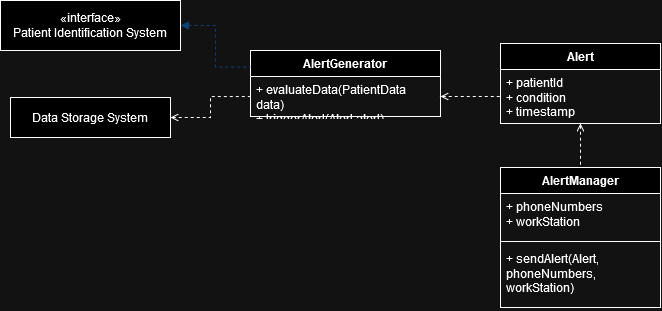
The draw.io diagram uml_models/AlertUML.png in Siin0/signal_project-paps, before a commit. Source tidied: cells renumbered, new cells last; positions are measured from the earlier drawing's top-left corner, leaving out a move shared by most shapes. Its diagram source:
```xml
<mxGraphModel>
  <root>
    <mxCell id="0" />
    <mxCell id="1" parent="0" />
    <mxCell id="2" value="&lt;div&gt;AlertGenerator&lt;/div&gt;" style="swimlane;fontStyle=1;align=center;verticalAlign=top;horizontal=1;startSize=26;whiteSpace=wrap;html=1;" parent="1" vertex="1">
      <mxGeometry x="250" y="50" width="190" height="66" as="geometry" />
    </mxCell>
    <mxCell id="3" value="&lt;div&gt;+ evaluateData(PatientData data)&lt;br&gt;&lt;/div&gt;&lt;div&gt;+ triggerAlert(Alert alert)&lt;br&gt;&lt;/div&gt;" style="text;strokeColor=none;fillColor=none;align=left;verticalAlign=top;spacingLeft=4;spacingRight=4;overflow=hidden;points=[[0,0.5],[1,0.5]];portConstraint=eastwest;whiteSpace=wrap;html=1;" parent="2" vertex="1">
      <mxGeometry y="26" width="190" height="40" as="geometry" />
    </mxCell>
    <mxCell id="4" style="edgeStyle=orthogonalEdgeStyle;rounded=0;jettySize=auto;html=1;entryX=0;entryY=0.25;entryDx=0;entryDy=0;dashed=1;endArrow=none;endFill=0;exitX=1;exitY=0.5;exitDx=0;exitDy=0;startArrow=block;startFill=1;strokeColor=#99CCFF;" parent="1" edge="1" source="9" target="2">
      <mxGeometry relative="1" as="geometry" />
    </mxCell>
    <mxCell id="5" style="edgeStyle=orthogonalEdgeStyle;rounded=0;jettySize=auto;html=1;exitX=0.5;exitY=1;exitDx=0;exitDy=0;dashed=1;endArrow=none;endFill=0;startArrow=open;startFill=0;" parent="1" edge="1" source="6" target="12">
      <mxGeometry relative="1" as="geometry" />
    </mxCell>
    <mxCell id="6" value="Alert" style="swimlane;fontStyle=1;align=center;verticalAlign=top;horizontal=1;startSize=26;whiteSpace=wrap;html=1;" parent="1" vertex="1">
      <mxGeometry x="500" y="43" width="160" height="80" as="geometry" />
    </mxCell>
    <mxCell id="7" value="&lt;div&gt;+ patientId&lt;/div&gt;&lt;div&gt;+ condition&lt;/div&gt;&lt;div&gt;+ timestamp&lt;br&gt;&lt;/div&gt;" style="text;strokeColor=none;fillColor=none;align=left;verticalAlign=top;spacingLeft=4;spacingRight=4;overflow=hidden;points=[[0,0.5],[1,0.5]];portConstraint=eastwest;whiteSpace=wrap;html=1;" parent="6" vertex="1">
      <mxGeometry y="26" width="160" height="54" as="geometry" />
    </mxCell>
    <mxCell id="8" style="edgeStyle=orthogonalEdgeStyle;rounded=0;jettySize=auto;html=1;exitX=1;exitY=0.5;exitDx=0;exitDy=0;entryX=0;entryY=0.5;entryDx=0;entryDy=0;dashed=1;endArrow=none;endFill=0;startArrow=open;startFill=0;" parent="1" edge="1" source="3" target="7">
      <mxGeometry relative="1" as="geometry" />
    </mxCell>
    <mxCell id="9" value="&lt;div&gt;«interface»&lt;/div&gt;Patient Identification System" style="html=1;whiteSpace=wrap;" parent="1" vertex="1">
      <mxGeometry width="180" height="50" as="geometry" />
    </mxCell>
    <mxCell id="10" style="edgeStyle=orthogonalEdgeStyle;rounded=0;jettySize=auto;html=1;exitX=1;exitY=0.5;exitDx=0;exitDy=0;entryX=0;entryY=0.5;entryDx=0;entryDy=0;endArrow=none;endFill=0;dashed=1;startArrow=open;startFill=0;" parent="1" edge="1" source="11" target="3">
      <mxGeometry relative="1" as="geometry" />
    </mxCell>
    <mxCell id="11" value="Data Storage System" style="html=1;whiteSpace=wrap;" parent="1" vertex="1">
      <mxGeometry x="10" y="97" width="160" height="40" as="geometry" />
    </mxCell>
    <mxCell id="12" value="AlertManager" style="swimlane;fontStyle=1;align=center;verticalAlign=top;horizontal=1;startSize=26;whiteSpace=wrap;html=1;" parent="1" vertex="1">
      <mxGeometry x="500" y="167" width="160" height="140" as="geometry" />
    </mxCell>
    <mxCell id="13" value="&lt;div&gt;+ phoneNumbers&lt;/div&gt;&lt;div&gt;+ workStation&lt;br&gt;&lt;/div&gt;" style="text;strokeColor=none;fillColor=none;align=left;verticalAlign=top;spacingLeft=4;spacingRight=4;overflow=hidden;points=[[0,0.5],[1,0.5]];portConstraint=eastwest;whiteSpace=wrap;html=1;" parent="12" vertex="1">
      <mxGeometry y="26" width="160" height="44" as="geometry" />
    </mxCell>
    <mxCell id="14" style="line;strokeWidth=1;fillColor=none;align=left;verticalAlign=middle;spacingTop=-1;spacingLeft=3;spacingRight=3;labelPosition=right;strokeColor=inherit;" parent="12" vertex="1">
      <mxGeometry y="70" width="160" height="8" as="geometry" />
    </mxCell>
    <mxCell id="15" value="+ sendAlert(Alert, phoneNumbers, workStation)" style="text;strokeColor=none;fillColor=none;align=left;verticalAlign=top;spacingLeft=4;spacingRight=4;overflow=hidden;whiteSpace=wrap;html=1;" parent="12" vertex="1">
      <mxGeometry y="78" width="160" height="62" as="geometry" />
    </mxCell>
  </root>
</mxGraphModel>
```
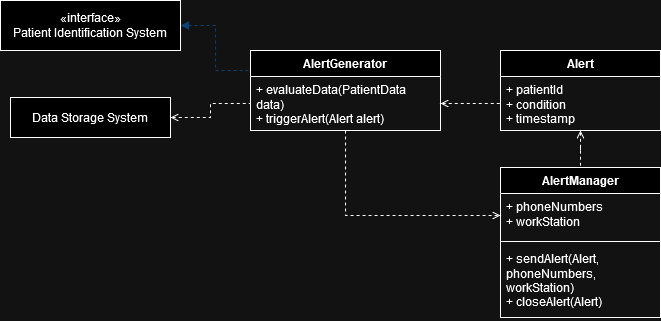
The same file after the commit.

Commit message:
Added State and Sequence models

What changed in the source:
```diff
@@ -2,11 +2,14 @@
   <root>
     <mxCell id="0" />
     <mxCell id="1" parent="0" />
+    <mxCell id="16" style="edgeStyle=orthogonalEdgeStyle;rounded=0;jettySize=auto;html=1;exitX=0.5;exitY=1;exitDx=0;exitDy=0;entryX=0;entryY=0.5;entryDx=0;entryDy=0;endArrow=open;endFill=0;dashed=1;" parent="1" edge="1" source="2" target="13">
+      <mxGeometry relative="1" as="geometry" />
+    </mxCell>
     <mxCell id="2" value="&lt;div&gt;AlertGenerator&lt;/div&gt;" style="swimlane;fontStyle=1;align=center;verticalAlign=top;horizontal=1;startSize=26;whiteSpace=wrap;html=1;" parent="1" vertex="1">
-      <mxGeometry x="250" y="50" width="190" height="66" as="geometry" />
+      <mxGeometry x="250" y="50" width="190" height="80" as="geometry" />
     </mxCell>
-    <mxCell id="3" value="&lt;div&gt;+ evaluateData(PatientData data)&lt;br&gt;&lt;/div&gt;&lt;div&gt;+ triggerAlert(Alert alert)&lt;br&gt;&lt;/div&gt;" style="text;strokeColor=none;fillColor=none;align=left;verticalAlign=top;spacingLeft=4;spacingRight=4;overflow=hidden;points=[[0,0.5],[1,0.5]];portConstraint=eastwest;whiteSpace=wrap;html=1;" parent="2" vertex="1">
-      <mxGeometry y="26" width="190" height="40" as="geometry" />
+    <mxCell id="3" value="&lt;div&gt;+ evaluateData(PatientData data)&lt;br&gt;&lt;/div&gt;&lt;div&gt;+ triggerAlert(Alert alert)&lt;/div&gt;" style="text;strokeColor=none;fillColor=none;align=left;verticalAlign=top;spacingLeft=4;spacingRight=4;overflow=hidden;points=[[0,0.5],[1,0.5]];portConstraint=eastwest;whiteSpace=wrap;html=1;" parent="2" vertex="1">
+      <mxGeometry y="26" width="190" height="54" as="geometry" />
     </mxCell>
     <mxCell id="4" style="edgeStyle=orthogonalEdgeStyle;rounded=0;jettySize=auto;html=1;entryX=0;entryY=0.25;entryDx=0;entryDy=0;dashed=1;endArrow=none;endFill=0;exitX=1;exitY=0.5;exitDx=0;exitDy=0;startArrow=block;startFill=1;strokeColor=#99CCFF;" parent="1" edge="1" source="9" target="2">
       <mxGeometry relative="1" as="geometry" />
@@ -15,7 +18,7 @@
       <mxGeometry relative="1" as="geometry" />
     </mxCell>
     <mxCell id="6" value="Alert" style="swimlane;fontStyle=1;align=center;verticalAlign=top;horizontal=1;startSize=26;whiteSpace=wrap;html=1;" parent="1" vertex="1">
-      <mxGeometry x="500" y="43" width="160" height="80" as="geometry" />
+      <mxGeometry x="500" y="50" width="160" height="80" as="geometry" />
     </mxCell>
     <mxCell id="7" value="&lt;div&gt;+ patientId&lt;/div&gt;&lt;div&gt;+ condition&lt;/div&gt;&lt;div&gt;+ timestamp&lt;br&gt;&lt;/div&gt;" style="text;strokeColor=none;fillColor=none;align=left;verticalAlign=top;spacingLeft=4;spacingRight=4;overflow=hidden;points=[[0,0.5],[1,0.5]];portConstraint=eastwest;whiteSpace=wrap;html=1;" parent="6" vertex="1">
       <mxGeometry y="26" width="160" height="54" as="geometry" />
@@ -33,7 +36,7 @@
       <mxGeometry x="10" y="97" width="160" height="40" as="geometry" />
     </mxCell>
     <mxCell id="12" value="AlertManager" style="swimlane;fontStyle=1;align=center;verticalAlign=top;horizontal=1;startSize=26;whiteSpace=wrap;html=1;" parent="1" vertex="1">
-      <mxGeometry x="500" y="167" width="160" height="140" as="geometry" />
+      <mxGeometry x="500" y="167" width="160" height="150" as="geometry" />
     </mxCell>
     <mxCell id="13" value="&lt;div&gt;+ phoneNumbers&lt;/div&gt;&lt;div&gt;+ workStation&lt;br&gt;&lt;/div&gt;" style="text;strokeColor=none;fillColor=none;align=left;verticalAlign=top;spacingLeft=4;spacingRight=4;overflow=hidden;points=[[0,0.5],[1,0.5]];portConstraint=eastwest;whiteSpace=wrap;html=1;" parent="12" vertex="1">
       <mxGeometry y="26" width="160" height="44" as="geometry" />
@@ -41,8 +44,8 @@
     <mxCell id="14" style="line;strokeWidth=1;fillColor=none;align=left;verticalAlign=middle;spacingTop=-1;spacingLeft=3;spacingRight=3;labelPosition=right;strokeColor=inherit;" parent="12" vertex="1">
       <mxGeometry y="70" width="160" height="8" as="geometry" />
     </mxCell>
-    <mxCell id="15" value="+ sendAlert(Alert, phoneNumbers, workStation)" style="text;strokeColor=none;fillColor=none;align=left;verticalAlign=top;spacingLeft=4;spacingRight=4;overflow=hidden;whiteSpace=wrap;html=1;" parent="12" vertex="1">
-      <mxGeometry y="78" width="160" height="62" as="geometry" />
+    <mxCell id="15" value="&lt;div&gt;+ sendAlert(Alert, phoneNumbers, workStation)&lt;/div&gt;&lt;div&gt;+ closeAlert(Alert)&lt;br&gt;&lt;/div&gt;" style="text;strokeColor=none;fillColor=none;align=left;verticalAlign=top;spacingLeft=4;spacingRight=4;overflow=hidden;whiteSpace=wrap;html=1;" parent="12" vertex="1">
+      <mxGeometry y="78" width="160" height="72" as="geometry" />
     </mxCell>
   </root>
 </mxGraphModel>
```
